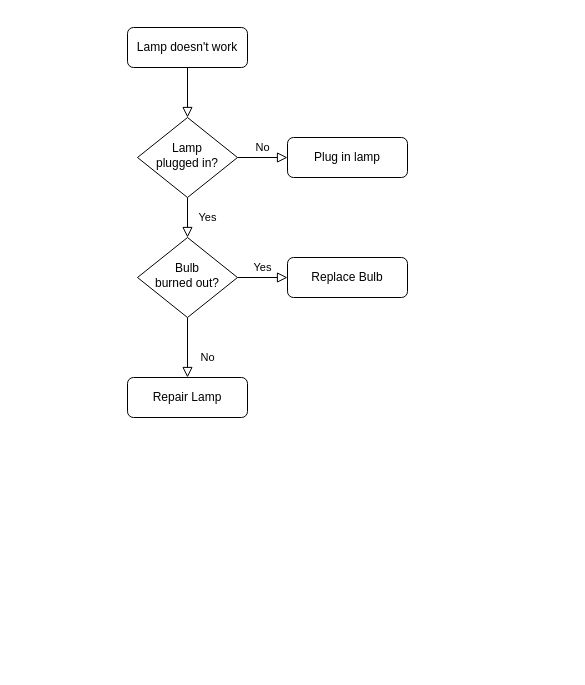
Before: Untitled Diagram.drawio in vincentsee/teamflowchart, a draw.io diagram. Source tidied: cells renumbered, new cells numbered last; positions are measured from the earlier drawing's top-left corner, leaving out a move shared by most shapes. Both pictures are drawn from the tidied source at 100%, with x=0, y=0 at pixel (127, 27).
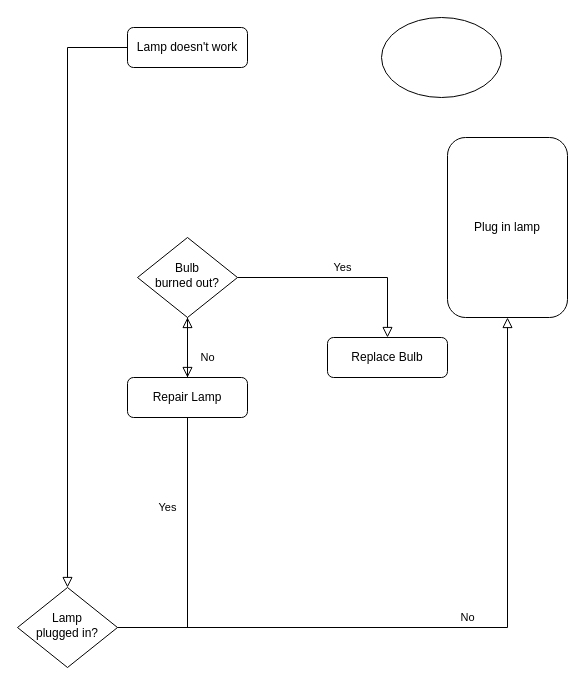
After the change.

What changed in the source:
```diff
@@
 <mxGraphModel>
   <root>
     <mxCell id="0" />
     <mxCell id="1" parent="0" />
     <mxCell id="2" style="rounded=0;html=1;jettySize=auto;fontSize=11;endArrow=block;endFill=0;endSize=8;strokeWidth=1;shadow=0;labelBackgroundColor=none;edgeStyle=orthogonalEdgeStyle;" parent="1" edge="1" source="3" target="6">
       <mxGeometry relative="1" as="geometry" />
     </mxCell>
     <mxCell id="3" value="Lamp doesn't work" style="rounded=1;whiteSpace=wrap;html=1;fontSize=12;glass=0;strokeWidth=1;shadow=0;" parent="1" vertex="1">
       <mxGeometry width="120" height="40" as="geometry" />
     </mxCell>
     <mxCell id="4" value="Yes" style="rounded=0;html=1;jettySize=auto;fontSize=11;endArrow=block;endFill=0;endSize=8;strokeWidth=1;shadow=0;labelBackgroundColor=none;edgeStyle=orthogonalEdgeStyle;" parent="1" edge="1" source="6" target="10">
       <mxGeometry y="20" relative="1" as="geometry" />
     </mxCell>
     <mxCell id="5" value="No" style="edgeStyle=orthogonalEdgeStyle;rounded=0;html=1;jettySize=auto;fontSize=11;endArrow=block;endFill=0;endSize=8;strokeWidth=1;shadow=0;labelBackgroundColor=none;" parent="1" edge="1" source="6" target="7">
       <mxGeometry y="10" relative="1" as="geometry" />
     </mxCell>
     <mxCell id="6" value="Lamp&lt;br&gt;plugged in?" style="rhombus;whiteSpace=wrap;html=1;shadow=0;fontFamily=Helvetica;fontSize=12;align=center;strokeWidth=1;spacing=6;spacingTop=-4;" parent="1" vertex="1">
-      <mxGeometry x="10" y="90" width="100" height="80" as="geometry" />
+      <mxGeometry x="-110" y="560" width="100" height="80" as="geometry" />
     </mxCell>
     <mxCell id="7" value="Plug in lamp" style="rounded=1;whiteSpace=wrap;html=1;fontSize=12;glass=0;strokeWidth=1;shadow=0;" parent="1" vertex="1">
-      <mxGeometry x="160" y="110" width="120" height="40" as="geometry" />
+      <mxGeometry x="320" y="110" width="120" height="180" as="geometry" />
     </mxCell>
     <mxCell id="8" value="No" style="rounded=0;html=1;jettySize=auto;fontSize=11;endArrow=block;endFill=0;endSize=8;strokeWidth=1;shadow=0;labelBackgroundColor=none;edgeStyle=orthogonalEdgeStyle;" parent="1" edge="1" source="10" target="11">
       <mxGeometry x="0.33" y="20" relative="1" as="geometry" />
     </mxCell>
     <mxCell id="9" value="Yes" style="edgeStyle=orthogonalEdgeStyle;rounded=0;html=1;jettySize=auto;fontSize=11;endArrow=block;endFill=0;endSize=8;strokeWidth=1;shadow=0;labelBackgroundColor=none;" parent="1" edge="1" source="10" target="12">
       <mxGeometry y="10" relative="1" as="geometry" />
     </mxCell>
     <mxCell id="10" value="Bulb&lt;br&gt;burned out?" style="rhombus;whiteSpace=wrap;html=1;shadow=0;fontFamily=Helvetica;fontSize=12;align=center;strokeWidth=1;spacing=6;spacingTop=-4;" parent="1" vertex="1">
       <mxGeometry x="10" y="210" width="100" height="80" as="geometry" />
     </mxCell>
     <mxCell id="11" value="Repair Lamp" style="rounded=1;whiteSpace=wrap;html=1;fontSize=12;glass=0;strokeWidth=1;shadow=0;" parent="1" vertex="1">
       <mxGeometry y="350" width="120" height="40" as="geometry" />
     </mxCell>
     <mxCell id="12" value="Replace Bulb" style="rounded=1;whiteSpace=wrap;html=1;fontSize=12;glass=0;strokeWidth=1;shadow=0;" parent="1" vertex="1">
-      <mxGeometry x="160" y="230" width="120" height="40" as="geometry" />
+      <mxGeometry x="200" y="310" width="120" height="40" as="geometry" />
     </mxCell>
+    <mxCell id="13" style="ellipse;whiteSpace=wrap;html=1;" parent="1" vertex="1">
+      <mxGeometry x="254" y="-10" width="120" height="80" as="geometry" />
+    </mxCell>
   </root>
 </mxGraphModel>
```
